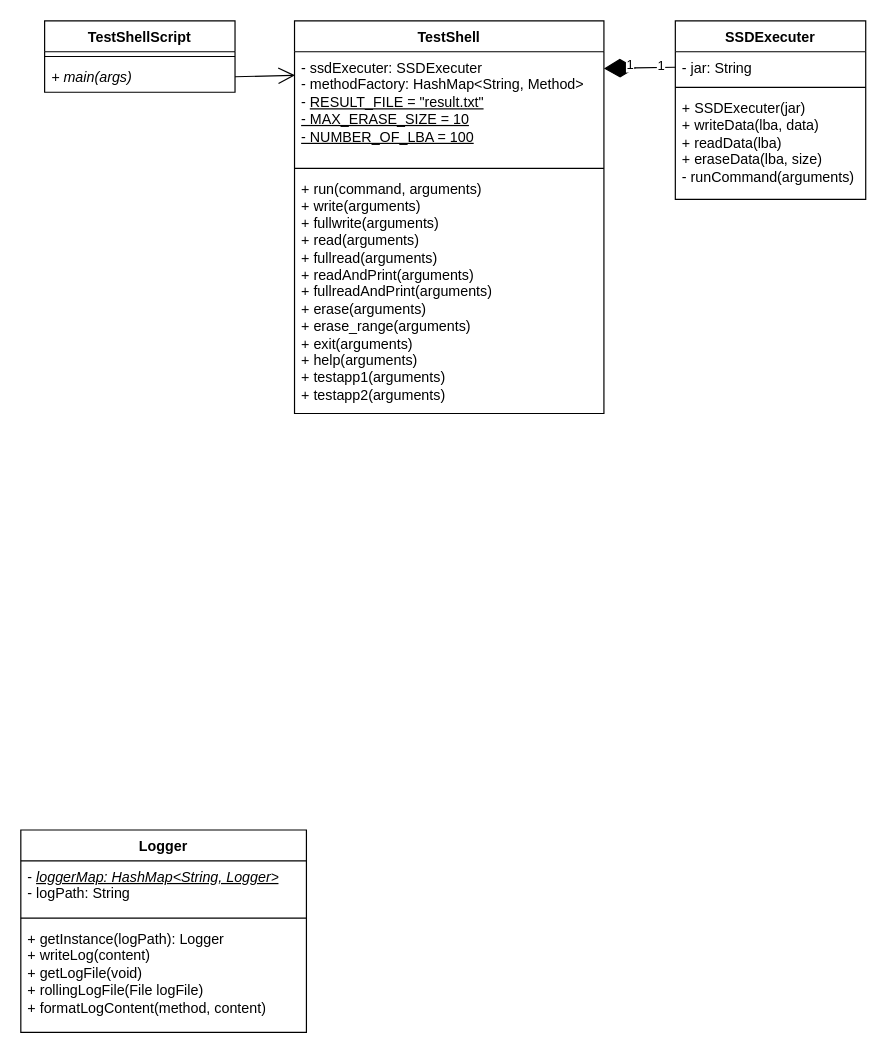
Above: page "ClassDiagram-shell" (2 of 2) of src/main/resources/ClassDiagram.drawio in 24CRA-TeamB/SolidStateDrive (draw.io), before the change. Source tidied: cells renumbered, new cells numbered last; positions are measured from the earlier drawing's top-left corner, leaving out a move shared by most shapes. Both pictures are drawn from the tidied source at 119%, with x=0, y=0 at pixel (20, 20).
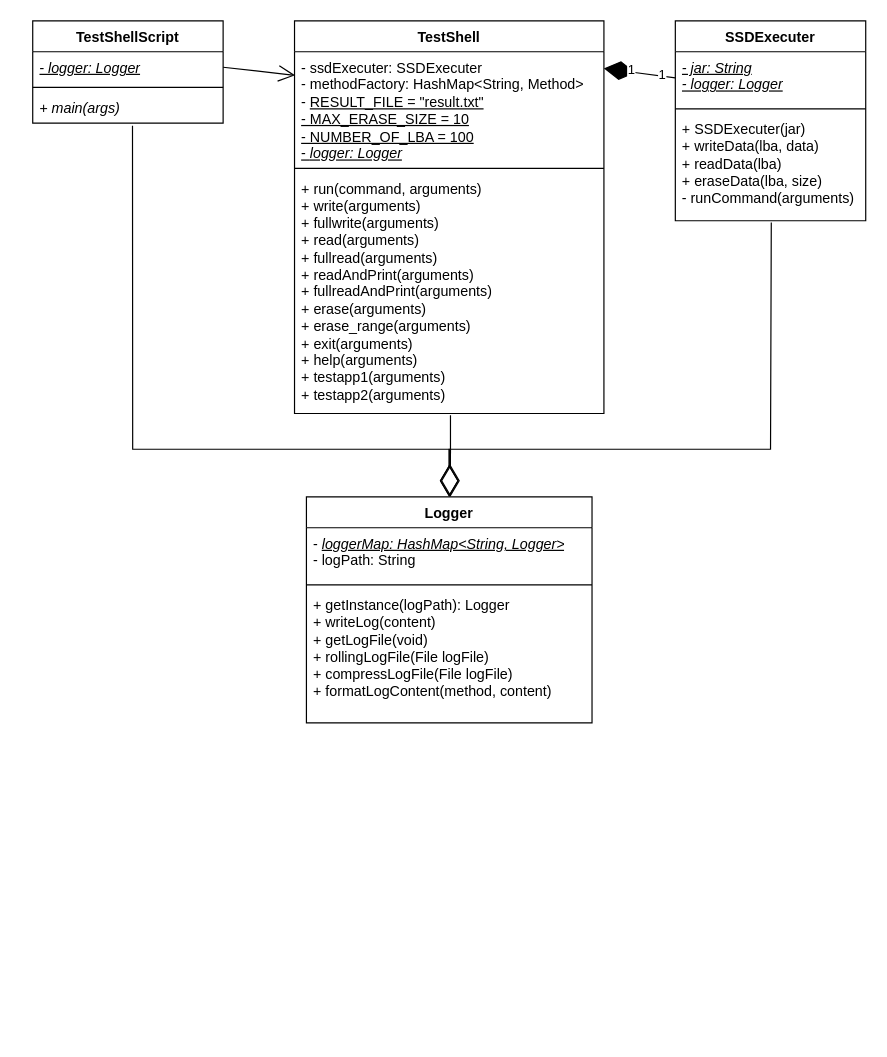
Above is the later version.

Unchanged cells that the change refers to:
```xml
<mxCell id="5" value="TestShell" style="swimlane;fontStyle=1;align=center;verticalAlign=top;horizontal=1;startSize=26;whiteSpace=wrap;html=1;" parent="1" vertex="1">
  <mxGeometry x="230" width="260" height="330" as="geometry" />
</mxCell>
<mxCell id="8" value="+ run(command, arguments)&lt;div&gt;+ write(arguments)&lt;/div&gt;&lt;div&gt;+ fullwrite(arguments)&lt;/div&gt;&lt;div&gt;+ read(arguments)&lt;/div&gt;&lt;div&gt;+ fullread(arguments)&lt;/div&gt;&lt;div&gt;+ readAndPrint(arguments)&lt;br&gt;&lt;/div&gt;&lt;div&gt;+ fullreadAndPrint(arguments)&lt;/div&gt;&lt;div&gt;+ erase(arguments)&lt;/div&gt;&lt;div&gt;+ erase_range(arguments)&lt;/div&gt;&lt;div&gt;+ exit(arguments)&lt;/div&gt;&lt;div&gt;+ help(arguments)&lt;/div&gt;&lt;div&gt;+ testapp1(arguments)&lt;/div&gt;&lt;div&gt;+ testapp2(arguments)&lt;/div&gt;" style="text;strokeColor=none;fillColor=none;align=left;verticalAlign=top;spacingLeft=4;spacingRight=4;overflow=hidden;points=[[0,0.5],[1,0.5]];portConstraint=eastwest;whiteSpace=wrap;html=1;" parent="5" vertex="1">
  <mxGeometry y="128" width="260" height="202" as="geometry" />
</mxCell>
```

Change to the diagram source:
```diff
@@
     <mxCell id="2" value="TestShellScript" style="swimlane;fontStyle=1;align=center;verticalAlign=top;horizontal=1;startSize=26;whiteSpace=wrap;html=1;" parent="1" vertex="1">
-      <mxGeometry x="20" width="160" height="60" as="geometry" />
+      <mxGeometry x="10" width="160" height="86" as="geometry" />
     </mxCell>
+    <mxCell id="21" value="&lt;i&gt;&lt;u&gt;- logger: Logger&lt;/u&gt;&lt;/i&gt;" style="text;strokeColor=none;fillColor=none;align=left;verticalAlign=top;spacingLeft=4;spacingRight=4;overflow=hidden;points=[[0,0.5],[1,0.5]];portConstraint=eastwest;whiteSpace=wrap;html=1;" parent="2" vertex="1">
+      <mxGeometry y="26" width="160" height="26" as="geometry" />
+    </mxCell>
     <mxCell id="3" style="line;strokeWidth=1;fillColor=none;align=left;verticalAlign=middle;spacingTop=-1;spacingLeft=3;spacingRight=3;labelPosition=right;strokeColor=inherit;" parent="2" vertex="1">
-      <mxGeometry y="26" width="160" height="8" as="geometry" />
+      <mxGeometry y="52" width="160" height="8" as="geometry" />
     </mxCell>
     <mxCell id="4" value="&lt;i&gt;+ main(args)&lt;/i&gt;" style="text;strokeColor=none;fillColor=none;align=left;verticalAlign=top;spacingLeft=4;spacingRight=4;overflow=hidden;points=[[0,0.5],[1,0.5]];portConstraint=eastwest;whiteSpace=wrap;html=1;" parent="2" vertex="1">
-      <mxGeometry y="34" width="160" height="26" as="geometry" />
+      <mxGeometry y="60" width="160" height="26" as="geometry" />
     </mxCell>
@@
-    <mxCell id="6" value="&lt;div&gt;- ssdExecuter: SSDExecuter&lt;/div&gt;- methodFactory: HashMap&amp;lt;String, Method&amp;gt;&lt;div&gt;- &lt;u&gt;RESULT_FILE = &quot;result.txt&quot;&lt;/u&gt;&lt;/div&gt;&lt;div&gt;&lt;u&gt;- MAX_ERASE_SIZE = 10&lt;/u&gt;&lt;/div&gt;&lt;div&gt;&lt;u&gt;- NUMBER_OF_LBA = 100&lt;/u&gt;&lt;/div&gt;" style="text;strokeColor=none;fillColor=none;align=left;verticalAlign=top;spacingLeft=4;spacingRight=4;overflow=hidden;points=[[0,0.5],[1,0.5]];portConstraint=eastwest;whiteSpace=wrap;html=1;" parent="5" vertex="1">
+    <mxCell id="6" value="&lt;div&gt;- ssdExecuter: SSDExecuter&lt;/div&gt;- methodFactory: HashMap&amp;lt;String, Method&amp;gt;&lt;div&gt;- &lt;u&gt;RESULT_FILE = &quot;result.txt&quot;&lt;/u&gt;&lt;/div&gt;&lt;div&gt;&lt;u&gt;- MAX_ERASE_SIZE = 10&lt;/u&gt;&lt;/div&gt;&lt;div&gt;&lt;u&gt;- NUMBER_OF_LBA = 100&lt;/u&gt;&lt;/div&gt;&lt;div&gt;&lt;u&gt;- &lt;i&gt;logger: Logger&lt;/i&gt;&lt;/u&gt;&lt;/div&gt;" style="text;strokeColor=none;fillColor=none;align=left;verticalAlign=top;spacingLeft=4;spacingRight=4;overflow=hidden;points=[[0,0.5],[1,0.5]];portConstraint=eastwest;whiteSpace=wrap;html=1;" parent="5" vertex="1">
       <mxGeometry y="26" width="260" height="94" as="geometry" />
     </mxCell>
@@
     <mxCell id="9" value="SSDExecuter" style="swimlane;fontStyle=1;align=center;verticalAlign=top;horizontal=1;startSize=26;whiteSpace=wrap;html=1;" parent="1" vertex="1">
-      <mxGeometry x="550" width="160" height="150" as="geometry" />
+      <mxGeometry x="550" width="160" height="168" as="geometry" />
     </mxCell>
-    <mxCell id="10" value="- jar: String" style="text;strokeColor=none;fillColor=none;align=left;verticalAlign=top;spacingLeft=4;spacingRight=4;overflow=hidden;points=[[0,0.5],[1,0.5]];portConstraint=eastwest;whiteSpace=wrap;html=1;" parent="9" vertex="1">
-      <mxGeometry y="26" width="160" height="26" as="geometry" />
+    <mxCell id="10" value="&lt;i&gt;&lt;u&gt;- jar: String&lt;/u&gt;&lt;/i&gt;&lt;div&gt;&lt;i&gt;&lt;u&gt;- logger: Logger&lt;/u&gt;&lt;/i&gt;&lt;/div&gt;" style="text;strokeColor=none;fillColor=none;align=left;verticalAlign=top;spacingLeft=4;spacingRight=4;overflow=hidden;points=[[0,0.5],[1,0.5]];portConstraint=eastwest;whiteSpace=wrap;html=1;" parent="9" vertex="1">
+      <mxGeometry y="26" width="160" height="44" as="geometry" />
     </mxCell>
     <mxCell id="11" style="line;strokeWidth=1;fillColor=none;align=left;verticalAlign=middle;spacingTop=-1;spacingLeft=3;spacingRight=3;labelPosition=right;strokeColor=inherit;" parent="9" vertex="1">
-      <mxGeometry y="52" width="160" height="8" as="geometry" />
+      <mxGeometry y="70" width="160" height="8" as="geometry" />
     </mxCell>
     <mxCell id="12" value="&lt;div&gt;+ SSDExecuter(jar)&lt;/div&gt;+ writeData(lba, data)&lt;div&gt;+ readData(lba)&lt;/div&gt;&lt;div&gt;+ eraseData(lba, size)&lt;/div&gt;&lt;div&gt;- runCommand(arguments)&lt;/div&gt;" style="text;strokeColor=none;fillColor=none;align=left;verticalAlign=top;spacingLeft=4;spacingRight=4;overflow=hidden;points=[[0,0.5],[1,0.5]];portConstraint=eastwest;whiteSpace=wrap;html=1;" parent="9" vertex="1">
-      <mxGeometry y="60" width="160" height="90" as="geometry" />
+      <mxGeometry y="78" width="160" height="90" as="geometry" />
     </mxCell>
-    <mxCell id="13" style="endArrow=open;endFill=1;endSize=12;html=1;rounded=0;exitX=1;exitY=0.5;exitDx=0;exitDy=0;entryX=0.002;entryY=0.211;entryDx=0;entryDy=0;entryPerimeter=0;" parent="1" edge="1" source="4" target="6">
+    <mxCell id="13" style="endArrow=open;endFill=1;endSize=12;html=1;rounded=0;exitX=1;exitY=0.5;exitDx=0;exitDy=0;entryX=0.002;entryY=0.211;entryDx=0;entryDy=0;entryPerimeter=0;" parent="1" edge="1" source="21" target="6">
       <mxGeometry relative="1" as="geometry" />
     </mxCell>
@@
     <mxCell id="17" value="Logger" style="swimlane;fontStyle=1;align=center;verticalAlign=top;horizontal=1;startSize=26;whiteSpace=wrap;html=1;" parent="1" vertex="1">
-      <mxGeometry y="680" width="240" height="170" as="geometry" />
+      <mxGeometry x="240" y="400" width="240" height="190" as="geometry" />
     </mxCell>
@@
-    <mxCell id="20" value="+ getInstance(logPath): Logger&lt;div&gt;+ writeLog(content)&lt;/div&gt;&lt;div&gt;+ getLogFile(void)&lt;/div&gt;&lt;div&gt;+ rollingLogFile(File logFile)&lt;/div&gt;&lt;div&gt;+ formatLogContent(method, content)&lt;/div&gt;" style="text;strokeColor=none;fillColor=none;align=left;verticalAlign=top;spacingLeft=4;spacingRight=4;overflow=hidden;whiteSpace=wrap;html=1;" parent="17" vertex="1">
-      <mxGeometry y="78" width="240" height="92" as="geometry" />
+    <mxCell id="20" value="+ getInstance(logPath): Logger&lt;div&gt;+ writeLog(content)&lt;/div&gt;&lt;div&gt;+ getLogFile(void)&lt;/div&gt;&lt;div&gt;+ rollingLogFile(File logFile)&lt;/div&gt;&lt;div&gt;+ compressLogFile(File logFile)&lt;/div&gt;&lt;div&gt;+ formatLogContent(method, content)&lt;/div&gt;" style="text;strokeColor=none;fillColor=none;align=left;verticalAlign=top;spacingLeft=4;spacingRight=4;overflow=hidden;whiteSpace=wrap;html=1;" parent="17" vertex="1">
+      <mxGeometry y="78" width="240" height="112" as="geometry" />
     </mxCell>
+    <mxCell id="22" style="endArrow=diamondThin;endFill=0;endSize=24;html=1;rounded=0;exitX=0.524;exitY=1.085;exitDx=0;exitDy=0;exitPerimeter=0;entryX=0.5;entryY=0;entryDx=0;entryDy=0;" parent="1" edge="1" source="4" target="17">
+      <mxGeometry relative="1" as="geometry">
+        <Array as="points">
+          <mxPoint x="94" y="360" />
+          <mxPoint x="360" y="360" />
+        </Array>
+      </mxGeometry>
+    </mxCell>
+    <mxCell id="23" style="endArrow=diamondThin;endFill=0;endSize=24;html=1;rounded=0;exitX=0.504;exitY=1.007;exitDx=0;exitDy=0;exitPerimeter=0;" parent="1" edge="1" source="8">
+      <mxGeometry relative="1" as="geometry">
+        <mxPoint x="361" y="400" as="targetPoint" />
+      </mxGeometry>
+    </mxCell>
+    <mxCell id="24" style="endArrow=diamondThin;endFill=0;endSize=24;html=1;rounded=0;exitX=0.504;exitY=1.016;exitDx=0;exitDy=0;exitPerimeter=0;entryX=0.5;entryY=0;entryDx=0;entryDy=0;" parent="1" edge="1" source="12" target="17">
+      <mxGeometry relative="1" as="geometry">
+        <Array as="points">
+          <mxPoint x="630" y="360" />
+          <mxPoint x="360" y="360" />
+        </Array>
+      </mxGeometry>
+    </mxCell>
```
